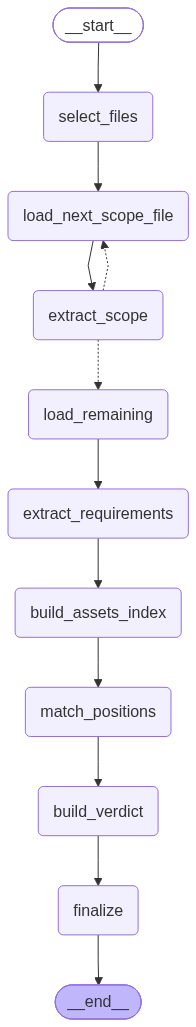
The Mermaid diagram docs/pipeline_graph.png in KruglovDmitry/AI-tender, before a commit. Its source is kept beside it as docs/pipeline_graph.mmd. The source it was exported from:
```mermaid
---
config:
  flowchart:
    curve: linear
---
graph TD;
	__start__([<p>__start__</p>]):::first
	select_files(select_files)
	load_next_scope_file(load_next_scope_file)
	extract_scope(extract_scope)
	load_remaining(load_remaining)
	extract_requirements(extract_requirements)
	build_assets_index(build_assets_index)
	match_positions(match_positions)
	build_verdict(build_verdict)
	finalize(finalize)
	__end__([<p>__end__</p>]):::last
	__start__ --> select_files;
	build_assets_index --> match_positions;
	build_verdict --> finalize;
	extract_requirements --> build_assets_index;
	extract_scope -.-> load_next_scope_file;
	extract_scope -.-> load_remaining;
	load_next_scope_file --> extract_scope;
	load_remaining --> extract_requirements;
	match_positions --> build_verdict;
	select_files --> load_next_scope_file;
	finalize --> __end__;
	classDef default fill:#f2f0ff,line-height:1.2
	classDef first fill-opacity:0
	classDef last fill:#bfb6fc
```
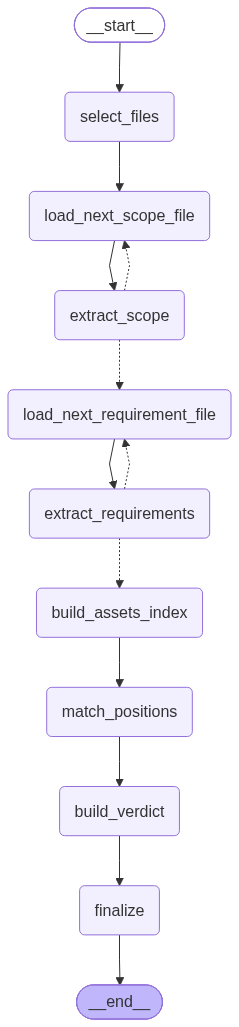
Later version of the same file.

The edit, as a diff of the source:
```diff
@@ -8,7 +8,7 @@
 	select_files(select_files)
 	load_next_scope_file(load_next_scope_file)
 	extract_scope(extract_scope)
-	load_remaining(load_remaining)
+	load_next_requirement_file(load_next_requirement_file)
 	extract_requirements(extract_requirements)
 	build_assets_index(build_assets_index)
 	match_positions(match_positions)
@@ -18,11 +18,12 @@
 	__start__ --> select_files;
 	build_assets_index --> match_positions;
 	build_verdict --> finalize;
-	extract_requirements --> build_assets_index;
+	extract_requirements -.-> build_assets_index;
+	extract_requirements -.-> load_next_requirement_file;
+	extract_scope -.-> load_next_requirement_file;
 	extract_scope -.-> load_next_scope_file;
-	extract_scope -.-> load_remaining;
+	load_next_requirement_file --> extract_requirements;
 	load_next_scope_file --> extract_scope;
-	load_remaining --> extract_requirements;
 	match_positions --> build_verdict;
 	select_files --> load_next_scope_file;
 	finalize --> __end__;
```
